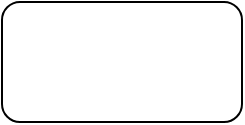
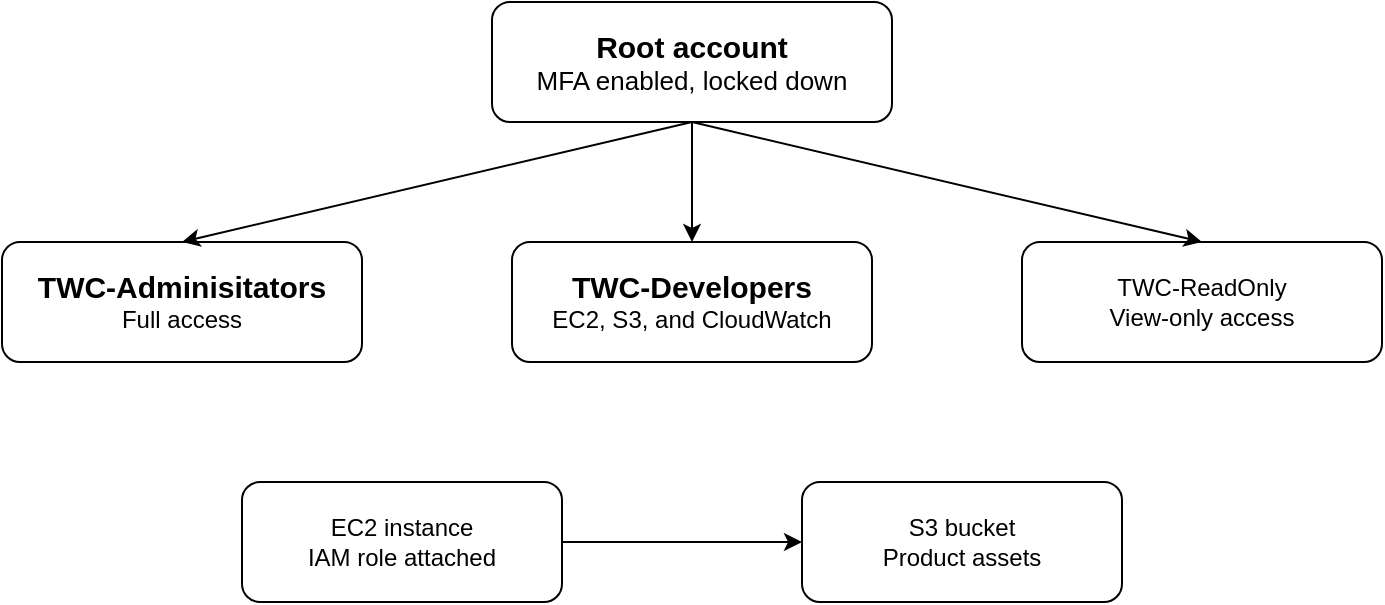
<mxfile host="app.diagrams.net">
  <diagram name="Page-1" id="5Vqy2oQavXK06omjqqgB">
-     <mxGraphModel dx="2054" dy="1111" grid="1" gridSize="10" guides="1" tooltips="1" connect="1" arrows="1" fold="1" page="1" pageScale="1" pageWidth="850" pageHeight="1100" math="0" shadow="0">
+     <mxGraphModel dx="1174" dy="635" grid="1" gridSize="10" guides="1" tooltips="1" connect="1" arrows="1" fold="1" page="1" pageScale="1" pageWidth="850" pageHeight="1100" math="0" shadow="0">
      <root>
        <mxCell id="0" />
        <mxCell id="1" parent="0" />
-         <mxCell id="uq2NgA4z6IwvU1Z_H7Wr-1" parent="1" style="rounded=1;whiteSpace=wrap;html=1;" value="" vertex="1">
-           <mxGeometry height="60" width="120" x="250" y="250" as="geometry" />
+         <mxCell id="uq2NgA4z6IwvU1Z_H7Wr-1" parent="1" style="rounded=1;whiteSpace=wrap;html=1;" value="&lt;div&gt;&lt;b&gt;&lt;font style=&quot;font-size: 15px;&quot;&gt;Root account&lt;/font&gt;&lt;/b&gt;&lt;/div&gt;&lt;font style=&quot;font-size: 13px;&quot;&gt;MFA enabled, locked down&lt;/font&gt;" vertex="1">
+           <mxGeometry height="60" width="200" x="325" y="200" as="geometry" />
+         </mxCell>
+         <mxCell id="M2qwHpEOU-4SUN7A3_y7-1" parent="1" style="rounded=1;whiteSpace=wrap;html=1;" value="&lt;div&gt;&lt;b&gt;&lt;font style=&quot;font-size: 15px;&quot;&gt;TWC-Adminisitators&lt;/font&gt;&lt;/b&gt;&lt;/div&gt;&lt;div&gt;Full access&lt;/div&gt;" vertex="1">
+           <mxGeometry height="60" width="180" x="80" y="320" as="geometry" />
+         </mxCell>
+         <mxCell id="M2qwHpEOU-4SUN7A3_y7-4" parent="1" style="rounded=1;whiteSpace=wrap;html=1;" value="&lt;div&gt;S3 bucket&lt;/div&gt;Product assets" vertex="1">
+           <mxGeometry height="60" width="160" x="480" y="440" as="geometry" />
+         </mxCell>
+         <mxCell id="M2qwHpEOU-4SUN7A3_y7-5" parent="1" style="rounded=1;whiteSpace=wrap;html=1;" value="&lt;div&gt;EC2 instance&lt;/div&gt;&lt;div&gt;IAM role attached&lt;/div&gt;" vertex="1">
+           <mxGeometry height="60" width="160" x="200" y="440" as="geometry" />
+         </mxCell>
+         <mxCell id="M2qwHpEOU-4SUN7A3_y7-6" parent="1" style="rounded=1;whiteSpace=wrap;html=1;" value="&lt;div&gt;TWC-ReadOnly&lt;/div&gt;&lt;div&gt;View-only access&lt;/div&gt;" vertex="1">
+           <mxGeometry height="60" width="180" x="590" y="320" as="geometry" />
+         </mxCell>
+         <mxCell id="M2qwHpEOU-4SUN7A3_y7-7" parent="1" style="rounded=1;whiteSpace=wrap;html=1;" value="&lt;div&gt;&lt;font style=&quot;font-size: 15px;&quot;&gt;&lt;b&gt;&lt;font&gt;TWC-Developers&lt;/font&gt;&lt;/b&gt;&lt;/font&gt;&lt;/div&gt;&lt;div&gt;EC2, S3, and CloudWatch&lt;/div&gt;" vertex="1">
+           <mxGeometry height="60" width="180" x="335" y="320" as="geometry" />
+         </mxCell>
+         <mxCell id="M2qwHpEOU-4SUN7A3_y7-8" edge="1" parent="1" source="uq2NgA4z6IwvU1Z_H7Wr-1" style="endArrow=classic;html=1;rounded=0;exitX=0.5;exitY=1;exitDx=0;exitDy=0;entryX=0.5;entryY=0;entryDx=0;entryDy=0;" target="M2qwHpEOU-4SUN7A3_y7-1" value="">
+           <mxGeometry height="50" relative="1" width="50" as="geometry">
+             <mxPoint x="180" y="255" as="sourcePoint" />
+             <mxPoint x="140" y="290" as="targetPoint" />
+           </mxGeometry>
+         </mxCell>
+         <mxCell id="M2qwHpEOU-4SUN7A3_y7-9" edge="1" parent="1" source="uq2NgA4z6IwvU1Z_H7Wr-1" style="endArrow=classic;html=1;rounded=0;exitX=0.5;exitY=1;exitDx=0;exitDy=0;entryX=0.5;entryY=0;entryDx=0;entryDy=0;" target="M2qwHpEOU-4SUN7A3_y7-7" value="">
+           <mxGeometry height="50" relative="1" width="50" as="geometry">
+             <mxPoint x="350" y="280" as="sourcePoint" />
+             <mxPoint x="310" y="315" as="targetPoint" />
+           </mxGeometry>
+         </mxCell>
+         <mxCell id="M2qwHpEOU-4SUN7A3_y7-10" edge="1" parent="1" source="uq2NgA4z6IwvU1Z_H7Wr-1" style="endArrow=classic;html=1;rounded=0;exitX=0.5;exitY=1;exitDx=0;exitDy=0;entryX=0.5;entryY=0;entryDx=0;entryDy=0;" target="M2qwHpEOU-4SUN7A3_y7-6" value="">
+           <mxGeometry height="50" relative="1" width="50" as="geometry">
+             <mxPoint x="670" y="260" as="sourcePoint" />
+             <mxPoint x="630" y="295" as="targetPoint" />
+           </mxGeometry>
+         </mxCell>
+         <mxCell id="M2qwHpEOU-4SUN7A3_y7-11" edge="1" parent="1" source="M2qwHpEOU-4SUN7A3_y7-5" style="endArrow=classic;html=1;rounded=0;exitX=1;exitY=0.5;exitDx=0;exitDy=0;entryX=0;entryY=0.5;entryDx=0;entryDy=0;" target="M2qwHpEOU-4SUN7A3_y7-4" value="">
+           <mxGeometry height="50" relative="1" width="50" as="geometry">
+             <mxPoint x="380" y="470" as="sourcePoint" />
+             <mxPoint x="460" y="470" as="targetPoint" />
+           </mxGeometry>
        </mxCell>
      </root>
    </mxGraphModel>
  </diagram>
</mxfile>
